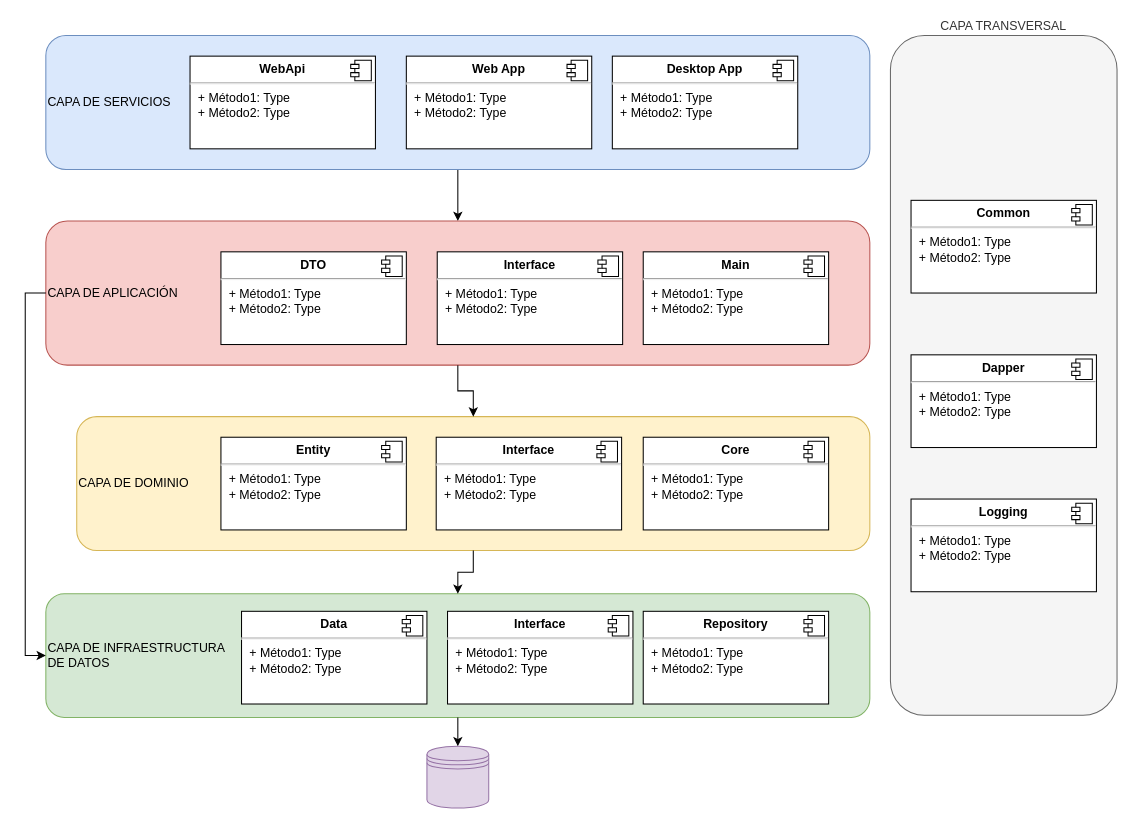
The draw.io diagram Untitled Diagram.drawio in JAntoniodomga/Diagramas, before the edit. Source tidied: cells renumbered, new cells numbered last; positions are measured from the earlier drawing's top-left corner, leaving out a move shared by most shapes. Both pictures are drawn from the tidied source at 103%, with x=0, y=0 at pixel (25, 35).
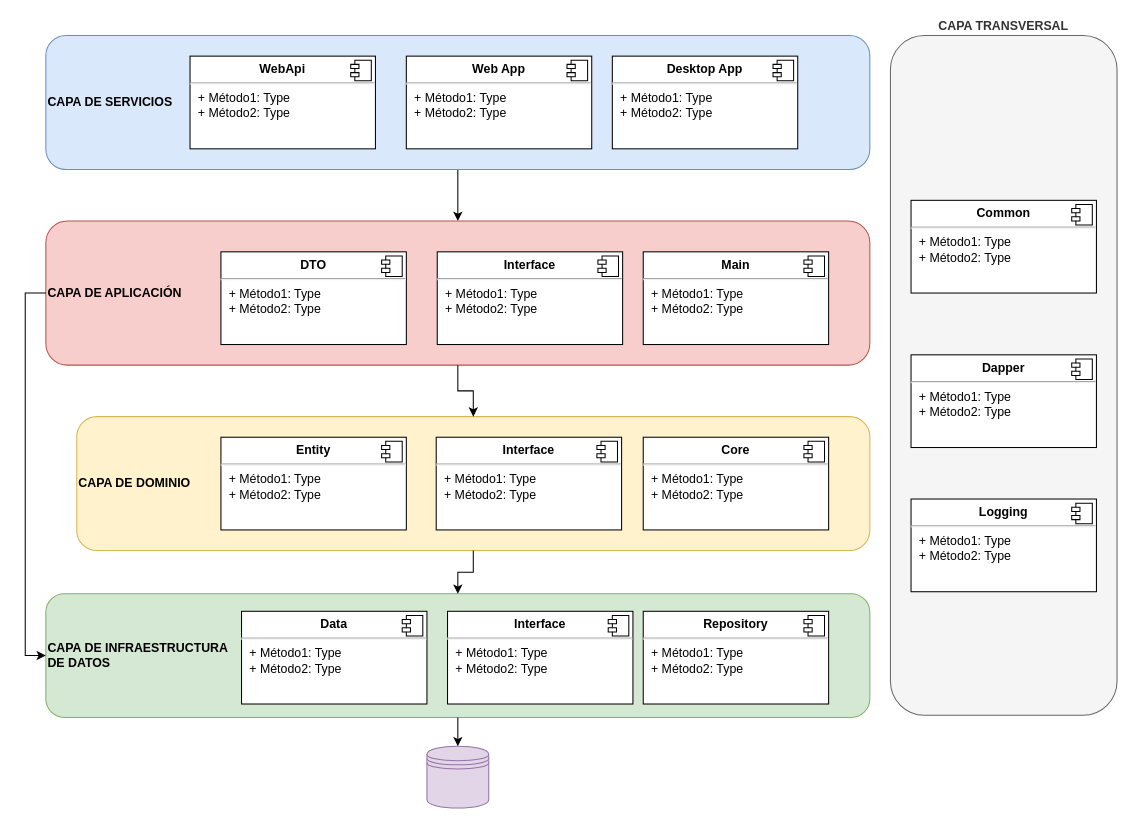
Above is the later version.

The change refers to these unchanged cells:
```xml
<mxCell id="24" style="group;" parent="1" vertex="1">
  <mxGeometry x="20" y="180" width="800" height="140" as="geometry" />
</mxCell>
```

Diff of the diagram source:
```diff
@@
-    <mxCell id="3" value="CAPA DE SERVICIOS" style="rounded=1;whiteSpace=wrap;html=1;align=left;fillColor=#dae8fc;strokeColor=#6c8ebf;" parent="1" vertex="1">
+    <mxCell id="3" value="CAPA DE SERVICIOS" style="rounded=1;whiteSpace=wrap;html=1;align=left;fillColor=#dae8fc;strokeColor=#6c8ebf;fontStyle=1;" parent="1" vertex="1">
       <mxGeometry x="20" width="800" height="130" as="geometry" />
     </mxCell>
@@
-    <mxCell id="8" style="group;" parent="1" vertex="1">
+    <mxCell id="8" style="group;fontStyle=1;" parent="1" vertex="1">
       <mxGeometry x="20" y="552" width="800" height="110" as="geometry" />
     </mxCell>
-    <mxCell id="9" value="CAPA DE INFRAESTRUCTURA&lt;br&gt;DE DATOS" style="rounded=1;whiteSpace=wrap;html=1;align=left;fillColor=#d5e8d4;strokeColor=#82b366;" parent="8" vertex="1">
+    <mxCell id="9" value="CAPA DE INFRAESTRUCTURA&lt;br&gt;DE DATOS" style="rounded=1;whiteSpace=wrap;html=1;align=left;fillColor=#d5e8d4;strokeColor=#82b366;fontStyle=1;" parent="8" vertex="1">
       <mxGeometry y="-10" width="800" height="120" as="geometry" />
     </mxCell>
@@
-    <mxCell id="16" style="group;" parent="1" vertex="1">
+    <mxCell id="16" style="group;fontStyle=1;" parent="1" vertex="1">
       <mxGeometry x="50" y="370" width="770" height="130" as="geometry" />
     </mxCell>
-    <mxCell id="17" value="CAPA DE DOMINIO" style="rounded=1;whiteSpace=wrap;html=1;align=left;fillColor=#fff2cc;strokeColor=#d6b656;" parent="16" vertex="1">
+    <mxCell id="17" value="CAPA DE DOMINIO" style="rounded=1;whiteSpace=wrap;html=1;align=left;fillColor=#fff2cc;strokeColor=#d6b656;fontStyle=1;" parent="16" vertex="1">
       <mxGeometry width="770" height="130" as="geometry" />
     </mxCell>
@@
-    <mxCell id="25" value="CAPA DE APLICACIÓN" style="rounded=1;whiteSpace=wrap;html=1;align=left;fillColor=#f8cecc;strokeColor=#b85450;" parent="24" vertex="1">
+    <mxCell id="25" value="CAPA DE APLICACIÓN" style="rounded=1;whiteSpace=wrap;html=1;align=left;fillColor=#f8cecc;strokeColor=#b85450;fontStyle=1;" parent="24" vertex="1">
       <mxGeometry width="800" height="140" as="geometry" />
     </mxCell>
@@
-    <mxCell id="39" value="CAPA TRANSVERSAL" style="rounded=1;whiteSpace=wrap;html=1;labelPosition=center;verticalLabelPosition=top;align=center;verticalAlign=bottom;fillColor=#f5f5f5;fontColor=#333333;strokeColor=#666666;" parent="1" vertex="1">
+    <mxCell id="39" value="CAPA TRANSVERSAL" style="rounded=1;whiteSpace=wrap;html=1;labelPosition=center;verticalLabelPosition=top;align=center;verticalAlign=bottom;fillColor=#f5f5f5;fontColor=#333333;strokeColor=#666666;fontStyle=1;" parent="1" vertex="1">
       <mxGeometry x="840" width="220" height="660" as="geometry" />
     </mxCell>
```
